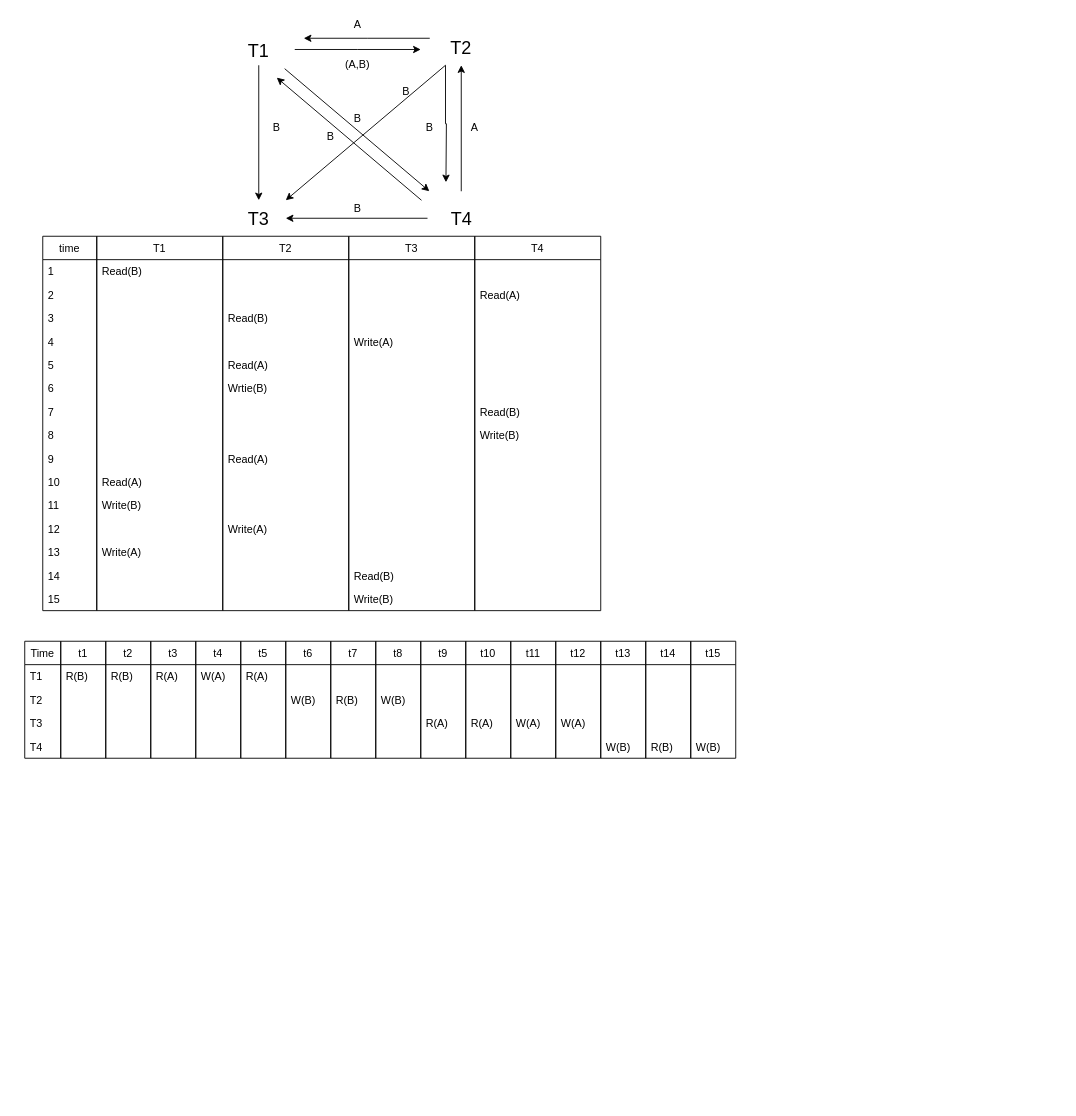
Above: week7/Untitled Diagram.drawio in bekon-official/COMP9311 (draw.io), before the change. Source tidied: cells renumbered, new cells numbered last; positions are measured from the earlier drawing's top-left corner, leaving out a move shared by most shapes. Both pictures are drawn from the tidied source at 90%, with x=0, y=0 at pixel (24, 15).
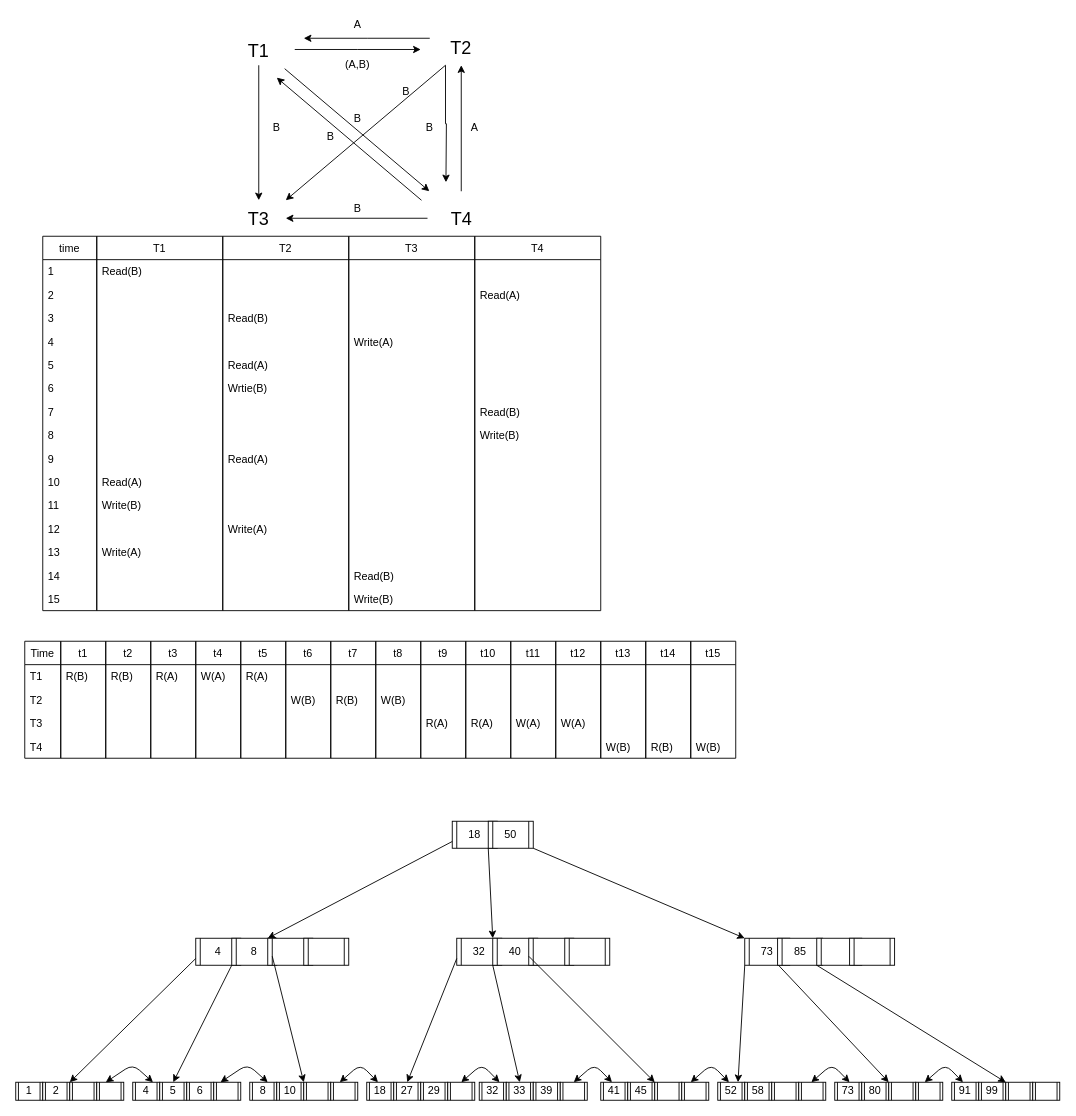
The same diagram, later.

Diff of the diagram source:
```diff
@@
+    <mxCell id="184" value="73" style="shape=process;whiteSpace=wrap;html=1;backgroundOutline=1;" parent="1" vertex="1">
+      <mxGeometry x="800" y="1025" width="50" height="30" as="geometry" />
+    </mxCell>
+    <mxCell id="185" value="85" style="shape=process;whiteSpace=wrap;html=1;backgroundOutline=1;" parent="1" vertex="1">
+      <mxGeometry x="836.5" y="1025" width="50" height="30" as="geometry" />
+    </mxCell>
+    <mxCell id="186" value="4" style="shape=process;whiteSpace=wrap;html=1;backgroundOutline=1;" parent="1" vertex="1">
+      <mxGeometry x="190" y="1025" width="50" height="30" as="geometry" />
+    </mxCell>
+    <mxCell id="187" value="8" style="shape=process;whiteSpace=wrap;html=1;backgroundOutline=1;" parent="1" vertex="1">
+      <mxGeometry x="230" y="1025" width="50" height="30" as="geometry" />
+    </mxCell>
+    <mxCell id="188" value="18" style="shape=process;whiteSpace=wrap;html=1;backgroundOutline=1;" parent="1" vertex="1">
+      <mxGeometry x="475" y="895" width="50" height="30" as="geometry" />
+    </mxCell>
+    <mxCell id="189" value="50" style="shape=process;whiteSpace=wrap;html=1;backgroundOutline=1;" parent="1" vertex="1">
+      <mxGeometry x="515" y="895" width="50" height="30" as="geometry" />
+    </mxCell>
+    <mxCell id="190" value="32" style="shape=process;whiteSpace=wrap;html=1;backgroundOutline=1;" parent="1" vertex="1">
+      <mxGeometry x="480" y="1025" width="50" height="30" as="geometry" />
+    </mxCell>
+    <mxCell id="191" value="40" style="shape=process;whiteSpace=wrap;html=1;backgroundOutline=1;" parent="1" vertex="1">
+      <mxGeometry x="520" y="1025" width="50" height="30" as="geometry" />
+    </mxCell>
+    <mxCell id="192" value="1" style="shape=process;whiteSpace=wrap;html=1;backgroundOutline=1;" parent="1" vertex="1">
+      <mxGeometry x="-10" y="1185" width="30" height="20" as="geometry" />
+    </mxCell>
+    <mxCell id="193" value="2" style="shape=process;whiteSpace=wrap;html=1;backgroundOutline=1;" parent="1" vertex="1">
+      <mxGeometry x="20" y="1185" width="30" height="20" as="geometry" />
+    </mxCell>
+    <mxCell id="194" style="shape=process;whiteSpace=wrap;html=1;backgroundOutline=1;" parent="1" vertex="1">
+      <mxGeometry x="50" y="1185" width="30" height="20" as="geometry" />
+    </mxCell>
+    <mxCell id="195" style="shape=process;whiteSpace=wrap;html=1;backgroundOutline=1;" parent="1" vertex="1">
+      <mxGeometry x="80" y="1185" width="30" height="20" as="geometry" />
+    </mxCell>
+    <mxCell id="196" value="4" style="shape=process;whiteSpace=wrap;html=1;backgroundOutline=1;" parent="1" vertex="1">
+      <mxGeometry x="120" y="1185" width="30" height="20" as="geometry" />
+    </mxCell>
+    <mxCell id="197" value="5" style="shape=process;whiteSpace=wrap;html=1;backgroundOutline=1;" parent="1" vertex="1">
+      <mxGeometry x="150" y="1185" width="30" height="20" as="geometry" />
+    </mxCell>
+    <mxCell id="198" value="6" style="shape=process;whiteSpace=wrap;html=1;backgroundOutline=1;" parent="1" vertex="1">
+      <mxGeometry x="180" y="1185" width="30" height="20" as="geometry" />
+    </mxCell>
+    <mxCell id="199" style="shape=process;whiteSpace=wrap;html=1;backgroundOutline=1;" parent="1" vertex="1">
+      <mxGeometry x="210" y="1185" width="30" height="20" as="geometry" />
+    </mxCell>
+    <mxCell id="200" value="8" style="shape=process;whiteSpace=wrap;html=1;backgroundOutline=1;" parent="1" vertex="1">
+      <mxGeometry x="250" y="1185" width="30" height="20" as="geometry" />
+    </mxCell>
+    <mxCell id="201" value="10" style="shape=process;whiteSpace=wrap;html=1;backgroundOutline=1;" parent="1" vertex="1">
+      <mxGeometry x="280" y="1185" width="30" height="20" as="geometry" />
+    </mxCell>
+    <mxCell id="202" style="shape=process;whiteSpace=wrap;html=1;backgroundOutline=1;" parent="1" vertex="1">
+      <mxGeometry x="310" y="1185" width="30" height="20" as="geometry" />
+    </mxCell>
+    <mxCell id="203" style="shape=process;whiteSpace=wrap;html=1;backgroundOutline=1;" parent="1" vertex="1">
+      <mxGeometry x="340" y="1185" width="30" height="20" as="geometry" />
+    </mxCell>
+    <mxCell id="204" value="18" style="shape=process;whiteSpace=wrap;html=1;backgroundOutline=1;" parent="1" vertex="1">
+      <mxGeometry x="380" y="1185" width="30" height="20" as="geometry" />
+    </mxCell>
+    <mxCell id="205" value="27" style="shape=process;whiteSpace=wrap;html=1;backgroundOutline=1;" parent="1" vertex="1">
+      <mxGeometry x="410" y="1185" width="30" height="20" as="geometry" />
+    </mxCell>
+    <mxCell id="206" value="29" style="shape=process;whiteSpace=wrap;html=1;backgroundOutline=1;" parent="1" vertex="1">
+      <mxGeometry x="440" y="1185" width="30" height="20" as="geometry" />
+    </mxCell>
+    <mxCell id="207" style="shape=process;whiteSpace=wrap;html=1;backgroundOutline=1;" parent="1" vertex="1">
+      <mxGeometry x="470" y="1185" width="30" height="20" as="geometry" />
+    </mxCell>
+    <mxCell id="208" value="32" style="shape=process;whiteSpace=wrap;html=1;backgroundOutline=1;" parent="1" vertex="1">
+      <mxGeometry x="505" y="1185" width="30" height="20" as="geometry" />
+    </mxCell>
+    <mxCell id="209" value="33" style="shape=process;whiteSpace=wrap;html=1;backgroundOutline=1;" parent="1" vertex="1">
+      <mxGeometry x="535" y="1185" width="30" height="20" as="geometry" />
+    </mxCell>
+    <mxCell id="210" value="39" style="shape=process;whiteSpace=wrap;html=1;backgroundOutline=1;" parent="1" vertex="1">
+      <mxGeometry x="565" y="1185" width="30" height="20" as="geometry" />
+    </mxCell>
+    <mxCell id="211" style="shape=process;whiteSpace=wrap;html=1;backgroundOutline=1;" parent="1" vertex="1">
+      <mxGeometry x="595" y="1185" width="30" height="20" as="geometry" />
+    </mxCell>
+    <mxCell id="212" value="41" style="shape=process;whiteSpace=wrap;html=1;backgroundOutline=1;" parent="1" vertex="1">
+      <mxGeometry x="640" y="1185" width="30" height="20" as="geometry" />
+    </mxCell>
+    <mxCell id="213" value="45" style="shape=process;whiteSpace=wrap;html=1;backgroundOutline=1;" parent="1" vertex="1">
+      <mxGeometry x="670" y="1185" width="30" height="20" as="geometry" />
+    </mxCell>
+    <mxCell id="214" style="shape=process;whiteSpace=wrap;html=1;backgroundOutline=1;" parent="1" vertex="1">
+      <mxGeometry x="700" y="1185" width="30" height="20" as="geometry" />
+    </mxCell>
+    <mxCell id="215" style="shape=process;whiteSpace=wrap;html=1;backgroundOutline=1;" parent="1" vertex="1">
+      <mxGeometry x="730" y="1185" width="30" height="20" as="geometry" />
+    </mxCell>
+    <mxCell id="216" value="52" style="shape=process;whiteSpace=wrap;html=1;backgroundOutline=1;" parent="1" vertex="1">
+      <mxGeometry x="770" y="1185" width="30" height="20" as="geometry" />
+    </mxCell>
+    <mxCell id="217" value="58" style="shape=process;whiteSpace=wrap;html=1;backgroundOutline=1;" parent="1" vertex="1">
+      <mxGeometry x="800" y="1185" width="30" height="20" as="geometry" />
+    </mxCell>
+    <mxCell id="218" style="shape=process;whiteSpace=wrap;html=1;backgroundOutline=1;" parent="1" vertex="1">
+      <mxGeometry x="830" y="1185" width="30" height="20" as="geometry" />
+    </mxCell>
+    <mxCell id="219" style="shape=process;whiteSpace=wrap;html=1;backgroundOutline=1;" parent="1" vertex="1">
+      <mxGeometry x="860" y="1185" width="30" height="20" as="geometry" />
+    </mxCell>
+    <mxCell id="220" value="73" style="shape=process;whiteSpace=wrap;html=1;backgroundOutline=1;" parent="1" vertex="1">
+      <mxGeometry x="900" y="1185" width="30" height="20" as="geometry" />
+    </mxCell>
+    <mxCell id="221" value="80" style="shape=process;whiteSpace=wrap;html=1;backgroundOutline=1;" parent="1" vertex="1">
+      <mxGeometry x="930" y="1185" width="30" height="20" as="geometry" />
+    </mxCell>
+    <mxCell id="222" style="shape=process;whiteSpace=wrap;html=1;backgroundOutline=1;" parent="1" vertex="1">
+      <mxGeometry x="960" y="1185" width="30" height="20" as="geometry" />
+    </mxCell>
+    <mxCell id="223" style="shape=process;whiteSpace=wrap;html=1;backgroundOutline=1;" parent="1" vertex="1">
+      <mxGeometry x="990" y="1185" width="30" height="20" as="geometry" />
+    </mxCell>
+    <mxCell id="224" value="91" style="shape=process;whiteSpace=wrap;html=1;backgroundOutline=1;" parent="1" vertex="1">
+      <mxGeometry x="1030" y="1185" width="30" height="20" as="geometry" />
+    </mxCell>
+    <mxCell id="225" value="99" style="shape=process;whiteSpace=wrap;html=1;backgroundOutline=1;" parent="1" vertex="1">
+      <mxGeometry x="1060" y="1185" width="30" height="20" as="geometry" />
+    </mxCell>
+    <mxCell id="226" style="shape=process;whiteSpace=wrap;html=1;backgroundOutline=1;" parent="1" vertex="1">
+      <mxGeometry x="1090" y="1185" width="30" height="20" as="geometry" />
+    </mxCell>
+    <mxCell id="227" style="shape=process;whiteSpace=wrap;html=1;backgroundOutline=1;" parent="1" vertex="1">
+      <mxGeometry x="1120" y="1185" width="30" height="20" as="geometry" />
+    </mxCell>
+    <mxCell id="228" style="endArrow=classic;html=1;exitX=0;exitY=0.75;exitDx=0;exitDy=0;entryX=0;entryY=0;entryDx=0;entryDy=0;" parent="1" edge="1" source="188" target="229">
+      <mxGeometry relative="1" as="geometry" />
+    </mxCell>
+    <mxCell id="229" style="shape=process;whiteSpace=wrap;html=1;backgroundOutline=1;" parent="1" vertex="1">
+      <mxGeometry x="270" y="1025" width="50" height="30" as="geometry" />
+    </mxCell>
+    <mxCell id="230" style="shape=process;whiteSpace=wrap;html=1;backgroundOutline=1;" parent="1" vertex="1">
+      <mxGeometry x="310" y="1025" width="50" height="30" as="geometry" />
+    </mxCell>
+    <mxCell id="231" style="shape=process;whiteSpace=wrap;html=1;backgroundOutline=1;" parent="1" vertex="1">
+      <mxGeometry x="560" y="1025" width="50" height="30" as="geometry" />
+    </mxCell>
+    <mxCell id="232" style="shape=process;whiteSpace=wrap;html=1;backgroundOutline=1;" parent="1" vertex="1">
+      <mxGeometry x="600" y="1025" width="50" height="30" as="geometry" />
+    </mxCell>
+    <mxCell id="233" style="shape=process;whiteSpace=wrap;html=1;backgroundOutline=1;" parent="1" vertex="1">
+      <mxGeometry x="880" y="1025" width="50" height="30" as="geometry" />
+    </mxCell>
+    <mxCell id="234" style="shape=process;whiteSpace=wrap;html=1;backgroundOutline=1;" parent="1" vertex="1">
+      <mxGeometry x="916.5" y="1025" width="50" height="30" as="geometry" />
+    </mxCell>
+    <mxCell id="235" style="endArrow=classic;html=1;exitX=0;exitY=0.75;exitDx=0;exitDy=0;entryX=0;entryY=0;entryDx=0;entryDy=0;" parent="1" edge="1" source="186" target="194">
+      <mxGeometry relative="1" as="geometry" />
+    </mxCell>
+    <mxCell id="236" style="endArrow=classic;html=1;exitX=0;exitY=1;exitDx=0;exitDy=0;entryX=0.5;entryY=0;entryDx=0;entryDy=0;" parent="1" edge="1" source="187" target="197">
+      <mxGeometry relative="1" as="geometry" />
+    </mxCell>
+    <mxCell id="237" style="endArrow=classic;startArrow=classic;html=1;entryX=0.75;entryY=0;entryDx=0;entryDy=0;" parent="1" edge="1" target="196">
+      <mxGeometry relative="1" as="geometry">
+        <mxPoint x="90" y="1185" as="sourcePoint" />
+        <Array as="points">
+          <mxPoint x="120" y="1165" />
+        </Array>
+      </mxGeometry>
+    </mxCell>
+    <mxCell id="238" style="endArrow=classic;startArrow=classic;html=1;entryX=0.75;entryY=0;entryDx=0;entryDy=0;" parent="1" edge="1">
+      <mxGeometry relative="1" as="geometry">
+        <mxPoint x="217.5" y="1185" as="sourcePoint" />
+        <mxPoint x="270" y="1185" as="targetPoint" />
+        <Array as="points">
+          <mxPoint x="247.5" y="1165" />
+        </Array>
+      </mxGeometry>
+    </mxCell>
+    <mxCell id="239" style="endArrow=classic;html=1;exitX=0;exitY=1;exitDx=0;exitDy=0;entryX=1;entryY=0;entryDx=0;entryDy=0;" parent="1" edge="1" target="201">
+      <mxGeometry relative="1" as="geometry">
+        <mxPoint x="275" y="1045" as="sourcePoint" />
+      </mxGeometry>
+    </mxCell>
+    <mxCell id="240" style="endArrow=classic;startArrow=classic;html=1;entryX=0.75;entryY=0;entryDx=0;entryDy=0;exitX=0.5;exitY=0;exitDx=0;exitDy=0;" parent="1" edge="1" source="207" target="208">
+      <mxGeometry relative="1" as="geometry">
+        <Array as="points">
+          <mxPoint x="508" y="1165" />
+        </Array>
+      </mxGeometry>
+    </mxCell>
+    <mxCell id="241" style="endArrow=classic;startArrow=classic;html=1;entryX=0.75;entryY=0;entryDx=0;entryDy=0;exitX=0.5;exitY=0;exitDx=0;exitDy=0;" parent="1" edge="1">
+      <mxGeometry relative="1" as="geometry">
+        <mxPoint x="610" y="1185" as="sourcePoint" />
+        <mxPoint x="652.5" y="1185" as="targetPoint" />
+        <Array as="points">
+          <mxPoint x="633" y="1165" />
+        </Array>
+      </mxGeometry>
+    </mxCell>
+    <mxCell id="242" style="endArrow=classic;startArrow=classic;html=1;entryX=0.75;entryY=0;entryDx=0;entryDy=0;exitX=0.5;exitY=0;exitDx=0;exitDy=0;" parent="1" edge="1">
+      <mxGeometry relative="1" as="geometry">
+        <mxPoint x="350" y="1185" as="sourcePoint" />
+        <mxPoint x="392.5" y="1185" as="targetPoint" />
+        <Array as="points">
+          <mxPoint x="373" y="1165" />
+        </Array>
+      </mxGeometry>
+    </mxCell>
+    <mxCell id="243" style="endArrow=classic;startArrow=classic;html=1;entryX=0.75;entryY=0;entryDx=0;entryDy=0;exitX=0.5;exitY=0;exitDx=0;exitDy=0;" parent="1" edge="1">
+      <mxGeometry relative="1" as="geometry">
+        <mxPoint x="874" y="1185" as="sourcePoint" />
+        <mxPoint x="916.5" y="1185" as="targetPoint" />
+        <Array as="points">
+          <mxPoint x="897" y="1165" />
+        </Array>
+      </mxGeometry>
+    </mxCell>
+    <mxCell id="244" style="endArrow=classic;startArrow=classic;html=1;entryX=0.75;entryY=0;entryDx=0;entryDy=0;exitX=0.5;exitY=0;exitDx=0;exitDy=0;" parent="1" edge="1">
+      <mxGeometry relative="1" as="geometry">
+        <mxPoint x="740" y="1185" as="sourcePoint" />
+        <mxPoint x="782.5" y="1185" as="targetPoint" />
+        <Array as="points">
+          <mxPoint x="763" y="1165" />
+        </Array>
+      </mxGeometry>
+    </mxCell>
+    <mxCell id="245" style="endArrow=classic;startArrow=classic;html=1;entryX=0.75;entryY=0;entryDx=0;entryDy=0;exitX=0.5;exitY=0;exitDx=0;exitDy=0;" parent="1" edge="1">
+      <mxGeometry relative="1" as="geometry">
+        <mxPoint x="1000" y="1185" as="sourcePoint" />
+        <mxPoint x="1042.5" y="1185" as="targetPoint" />
+        <Array as="points">
+          <mxPoint x="1023" y="1165" />
+        </Array>
+      </mxGeometry>
+    </mxCell>
+    <mxCell id="246" style="endArrow=classic;html=1;exitX=0;exitY=0.75;exitDx=0;exitDy=0;entryX=0.5;entryY=0;entryDx=0;entryDy=0;" parent="1" edge="1" source="190" target="205">
+      <mxGeometry relative="1" as="geometry" />
+    </mxCell>
+    <mxCell id="247" style="endArrow=classic;html=1;exitX=0;exitY=1;exitDx=0;exitDy=0;entryX=0.5;entryY=0;entryDx=0;entryDy=0;" parent="1" edge="1" source="191" target="209">
+      <mxGeometry relative="1" as="geometry" />
+    </mxCell>
+    <mxCell id="248" style="endArrow=classic;html=1;exitX=0;exitY=1;exitDx=0;exitDy=0;entryX=0;entryY=0;entryDx=0;entryDy=0;" parent="1" edge="1" target="214">
+      <mxGeometry relative="1" as="geometry">
+        <mxPoint x="560" y="1045" as="sourcePoint" />
+      </mxGeometry>
+    </mxCell>
+    <mxCell id="249" style="endArrow=classic;html=1;entryX=0;entryY=0;entryDx=0;entryDy=0;exitX=1;exitY=1;exitDx=0;exitDy=0;" parent="1" edge="1" source="189" target="184">
+      <mxGeometry relative="1" as="geometry" />
+    </mxCell>
+    <mxCell id="250" style="endArrow=classic;html=1;exitX=0;exitY=1;exitDx=0;exitDy=0;entryX=0;entryY=0;entryDx=0;entryDy=0;" parent="1" edge="1" source="189" target="191">
+      <mxGeometry relative="1" as="geometry" />
+    </mxCell>
+    <mxCell id="251" style="endArrow=classic;html=1;entryX=0.75;entryY=0;entryDx=0;entryDy=0;exitX=0;exitY=1;exitDx=0;exitDy=0;" parent="1" edge="1" source="184" target="216">
+      <mxGeometry relative="1" as="geometry" />
+    </mxCell>
+    <mxCell id="252" style="endArrow=classic;html=1;entryX=1;entryY=0;entryDx=0;entryDy=0;exitX=0.75;exitY=1;exitDx=0;exitDy=0;" parent="1" edge="1" source="184" target="221">
+      <mxGeometry relative="1" as="geometry" />
+    </mxCell>
+    <mxCell id="253" style="endArrow=classic;html=1;entryX=1;entryY=0;entryDx=0;entryDy=0;exitX=0;exitY=1;exitDx=0;exitDy=0;" parent="1" edge="1" source="233" target="225">
+      <mxGeometry relative="1" as="geometry" />
+    </mxCell>
```
